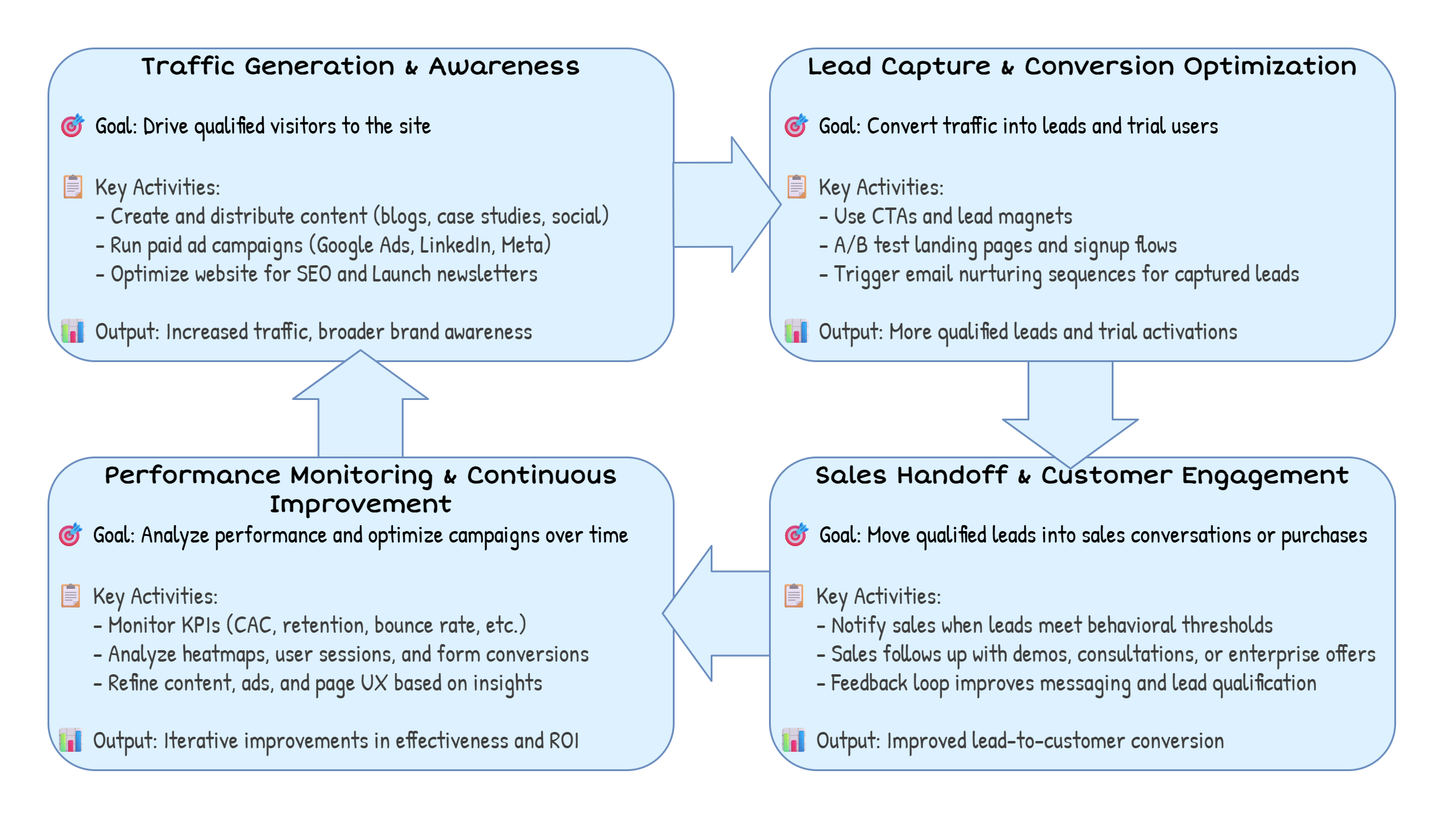
Earlier version of the draw.io export chapter-05/figure-5.4.drawio.png (software-architecture-guild/modeling-software-architecture). Source tidied: cells renumbered, new cells last; positions are measured from the earlier drawing's top-left corner, leaving out a move shared by most shapes.
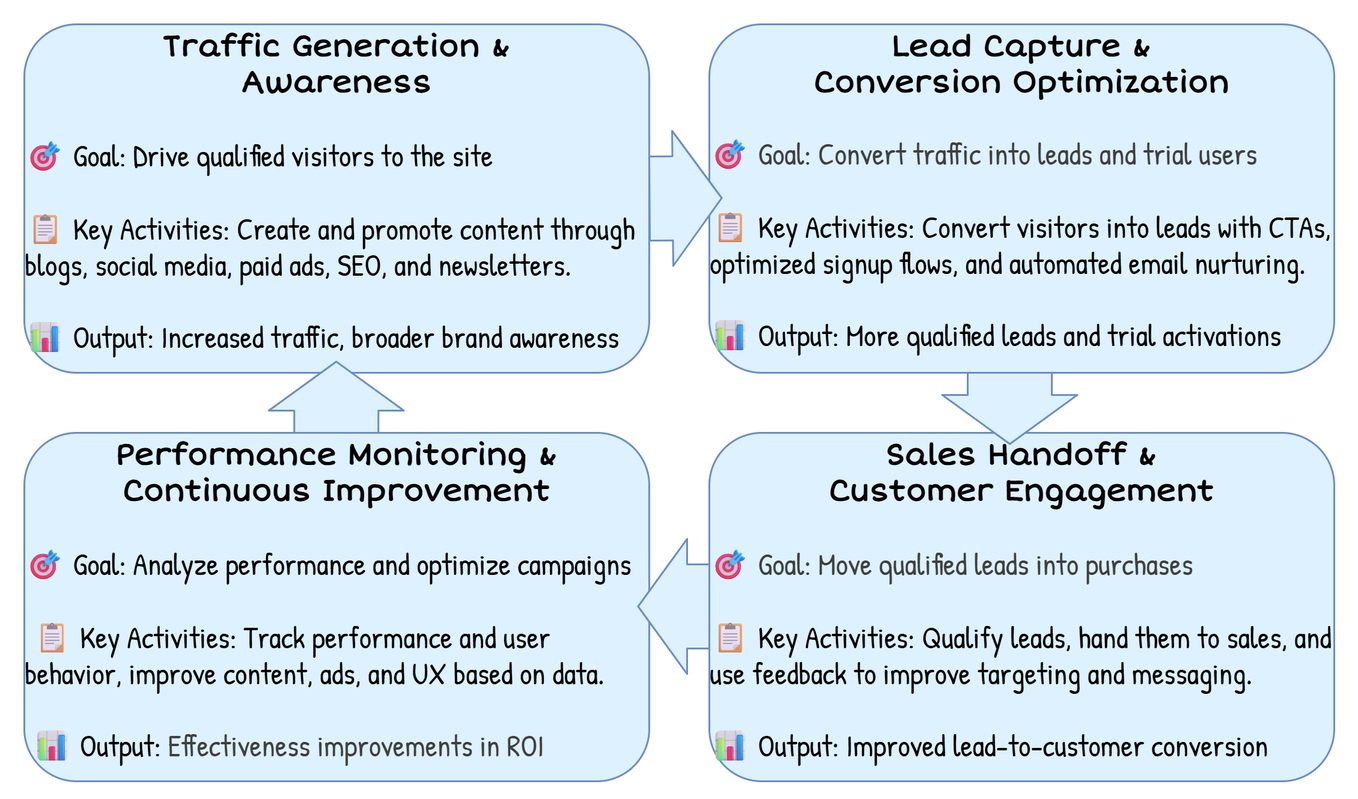
The same file after the commit.

Commit message:
chapter 5: increased text size

The edit, as a diff of the source:
```diff
@@ -3,42 +3,42 @@
     <mxCell id="0" />
     <mxCell id="1" parent="0" />
     <mxCell id="2" style="rounded=0;whiteSpace=wrap;html=1;strokeColor=none;strokeWidth=3;fontStyle=1;fillColor=default;fontColor=#494949;" parent="1" vertex="1">
-      <mxGeometry width="2400" height="1360" as="geometry" />
+      <mxGeometry y="40" width="2260" height="1330" as="geometry" />
     </mxCell>
-    <mxCell id="3" value="&lt;div&gt;&lt;b style=&quot;background-color: transparent;&quot;&gt;&lt;font style=&quot;color: rgb(0, 0, 0);&quot;&gt;Traffic Generation &amp;amp; Awareness&lt;/font&gt;&lt;/b&gt;&lt;/div&gt;&lt;div&gt;&lt;b&gt;&lt;br&gt;&lt;/b&gt;&lt;/div&gt;&lt;div&gt;&lt;div style=&quot;text-align: left;&quot;&gt;&lt;font face=&quot;Patrick Hand&quot;&gt;🎯 Goal:&amp;nbsp;&lt;/font&gt;&lt;span style=&quot;background-color: transparent; font-family: &amp;quot;Patrick Hand&amp;quot;;&quot;&gt;Drive qualified visitors to the site&lt;/span&gt;&lt;/div&gt;&lt;/div&gt;&lt;div style=&quot;text-align: left;&quot;&gt;&lt;span style=&quot;color: rgb(63, 63, 63); font-family: &amp;quot;Patrick Hand&amp;quot;; background-color: transparent;&quot;&gt;&lt;br&gt;&lt;/span&gt;&lt;/div&gt;&lt;div style=&quot;text-align: left;&quot;&gt;&lt;span style=&quot;background-color: transparent; color: rgb(63, 63, 63);&quot;&gt;&lt;font style=&quot;&quot; face=&quot;Patrick Hand&quot;&gt;&lt;div style=&quot;color: light-dark(rgb(63, 63, 63), rgb(183, 183, 183));&quot;&gt;📋 Key Activities:&lt;/div&gt;&lt;div style=&quot;color: light-dark(rgb(63, 63, 63), rgb(183, 183, 183));&quot;&gt;&lt;div&gt;&amp;nbsp; &amp;nbsp; &amp;nbsp; &amp;nbsp;- Create and distribute content (blogs, case studies, social)&amp;nbsp; &amp;nbsp; &amp;nbsp; &amp;nbsp; &amp;nbsp;&amp;nbsp;&lt;/div&gt;&lt;div&gt;&amp;nbsp; &amp;nbsp; &amp;nbsp; &amp;nbsp;- Run paid ad campaigns (Google Ads, LinkedIn, Meta)&lt;/div&gt;&lt;div&gt;&amp;nbsp; &amp;nbsp; &amp;nbsp; &amp;nbsp;- Optimize website for SEO and&amp;nbsp;&lt;span style=&quot;color: rgb(63, 63, 63); background-color: transparent;&quot;&gt;Launch newsletters&lt;/span&gt;&lt;/div&gt;&lt;/div&gt;&lt;div style=&quot;color: light-dark(rgb(63, 63, 63), rgb(183, 183, 183));&quot;&gt;&lt;br&gt;&lt;/div&gt;&lt;div style=&quot;&quot;&gt;&lt;div style=&quot;&quot;&gt;📊 Output:&amp;nbsp;&lt;span style=&quot;color: rgb(63, 63, 63); background-color: transparent;&quot;&gt;Increased traffic, broader brand awareness&lt;/span&gt;&lt;/div&gt;&lt;/div&gt;&lt;/font&gt;&lt;/span&gt;&lt;/div&gt;" style="rounded=1;whiteSpace=wrap;html=1;strokeWidth=3;fontFamily=Short Stack;fontSource=https%3A%2F%2Ffonts.googleapis.com%2Fcss%3Ffamily%3DShort%2BStack;fontSize=40;strokeColor=#6c8ebf;fillColor=#DDF1FE;verticalAlign=top;" parent="1" vertex="1">
-      <mxGeometry x="80" y="80" width="1040" height="520" as="geometry" />
+    <mxCell id="3" value="&lt;div&gt;&lt;b style=&quot;background-color: transparent;&quot;&gt;&lt;font style=&quot;font-size: 50px;&quot;&gt;Traffic Generation &amp;amp; &lt;br&gt;Awareness&lt;/font&gt;&lt;/b&gt;&lt;/div&gt;&lt;div&gt;&lt;div style=&quot;text-align: left;&quot;&gt;&lt;font style=&quot;font-size: 50px;&quot;&gt;&lt;font face=&quot;Patrick Hand&quot;&gt;&lt;br&gt;&lt;/font&gt;&lt;/font&gt;&lt;/div&gt;&lt;div style=&quot;text-align: left;&quot;&gt;&lt;font style=&quot;font-size: 50px;&quot;&gt;&lt;font face=&quot;Patrick Hand&quot;&gt;🎯 Goal:&amp;nbsp;&lt;/font&gt;&lt;span style=&quot;background-color: transparent; font-family: &amp;quot;Patrick Hand&amp;quot;;&quot;&gt;Drive qualified visitors to the site&lt;/span&gt;&lt;/font&gt;&lt;/div&gt;&lt;/div&gt;&lt;div style=&quot;text-align: left;&quot;&gt;&lt;span style=&quot;font-family: &amp;quot;Patrick Hand&amp;quot;; background-color: transparent;&quot;&gt;&lt;font style=&quot;font-size: 50px;&quot;&gt;&lt;br&gt;&lt;/font&gt;&lt;/span&gt;&lt;/div&gt;&lt;div style=&quot;&quot;&gt;&lt;span style=&quot;background-color: transparent;&quot;&gt;&lt;font face=&quot;Patrick Hand&quot; style=&quot;font-size: 50px;&quot;&gt;&lt;div style=&quot;text-align: left;&quot;&gt;📋 Key Activities:&amp;nbsp;Create and promote content through blogs, social media, paid ads, SEO, and newsletters.&lt;/div&gt;&lt;div style=&quot;text-align: left;&quot;&gt;&lt;br&gt;&lt;/div&gt;&lt;div style=&quot;&quot;&gt;&lt;div style=&quot;text-align: left;&quot;&gt;📊 Output:&amp;nbsp;&lt;span style=&quot;background-color: transparent;&quot;&gt;Increased traffic, broader brand awareness&lt;/span&gt;&lt;/div&gt;&lt;/div&gt;&lt;/font&gt;&lt;/span&gt;&lt;/div&gt;" style="rounded=1;whiteSpace=wrap;html=1;strokeWidth=3;fontFamily=Short Stack;fontSource=https%3A%2F%2Ffonts.googleapis.com%2Fcss%3Ffamily%3DShort%2BStack;fontSize=40;strokeColor=#6c8ebf;fillColor=#DDF1FE;verticalAlign=top;fontColor=#000000;" parent="1" vertex="1">
+      <mxGeometry x="40" y="80" width="1040" height="580" as="geometry" />
     </mxCell>
     <mxCell id="4" style="shape=flexArrow;endArrow=classic;html=1;fontFamily=Short Stack;fontSource=https%3A%2F%2Ffonts.googleapis.com%2Fcss%3Ffamily%3DShort%2BStack;fontSize=40;fontColor=default;fillColor=#DDF1FE;strokeColor=#6c8ebf;endWidth=81.9047619047619;endSize=26.172413793103452;width=137.93103448275863;strokeWidth=3;" parent="1" edge="1">
       <mxGeometry relative="1" as="geometry">
-        <mxPoint x="599.2" y="820" as="sourcePoint" />
-        <mxPoint x="599.2" y="580" as="targetPoint" />
+        <mxPoint x="559.2" y="880" as="sourcePoint" />
+        <mxPoint x="559.2" y="640" as="targetPoint" />
       </mxGeometry>
     </mxCell>
-    <mxCell id="5" value="&lt;div&gt;&lt;b&gt;Performance Monitoring &amp;amp; Continuous Improvement&lt;/b&gt;&lt;/div&gt;&lt;div&gt;&lt;div style=&quot;text-align: left;&quot;&gt;&lt;font face=&quot;Patrick Hand&quot;&gt;&amp;nbsp;🎯 Goal:&amp;nbsp;&lt;/font&gt;&lt;span style=&quot;background-color: transparent; text-align: center;&quot;&gt;&lt;font face=&quot;Patrick Hand&quot;&gt;Analyze performance and optimize campaigns over time&lt;/font&gt;&lt;/span&gt;&lt;/div&gt;&lt;/div&gt;&lt;div style=&quot;text-align: left;&quot;&gt;&lt;span style=&quot;color: rgb(63, 63, 63); font-family: &amp;quot;Patrick Hand&amp;quot;; background-color: transparent;&quot;&gt;&lt;br&gt;&lt;/span&gt;&lt;/div&gt;&lt;div style=&quot;text-align: left;&quot;&gt;&lt;span style=&quot;background-color: transparent; color: rgb(63, 63, 63);&quot;&gt;&lt;font style=&quot;&quot; face=&quot;Patrick Hand&quot;&gt;&lt;div style=&quot;color: light-dark(rgb(63, 63, 63), rgb(183, 183, 183));&quot;&gt;&amp;nbsp;📋 Key Activities:&lt;/div&gt;&lt;div style=&quot;color: light-dark(rgb(63, 63, 63), rgb(183, 183, 183));&quot;&gt;&amp;nbsp; &amp;nbsp; &amp;nbsp; &amp;nbsp; - Monitor KPIs (CAC, retention, bounce rate, etc.)&lt;/div&gt;&lt;div style=&quot;color: light-dark(rgb(63, 63, 63), rgb(183, 183, 183));&quot;&gt;&amp;nbsp; &amp;nbsp; &amp;nbsp; &amp;nbsp; - Analyze heatmaps, user sessions, and form conversions&lt;/div&gt;&lt;div style=&quot;color: light-dark(rgb(63, 63, 63), rgb(183, 183, 183));&quot;&gt;&amp;nbsp; &amp;nbsp; &amp;nbsp; &amp;nbsp; - Refine content, ads, and page UX based on insights&lt;/div&gt;&lt;div style=&quot;color: light-dark(rgb(63, 63, 63), rgb(183, 183, 183));&quot;&gt;&lt;br&gt;&lt;/div&gt;&lt;div style=&quot;&quot;&gt;&lt;div style=&quot;&quot;&gt;&amp;nbsp;📊 Output:&amp;nbsp;&lt;span style=&quot;color: rgb(63, 63, 63); background-color: transparent;&quot;&gt;Iterative improvements in effectiveness and ROI&lt;/span&gt;&lt;/div&gt;&lt;/div&gt;&lt;/font&gt;&lt;/span&gt;&lt;/div&gt;" style="rounded=1;whiteSpace=wrap;html=1;strokeWidth=3;fontFamily=Short Stack;fontSource=https%3A%2F%2Ffonts.googleapis.com%2Fcss%3Ffamily%3DShort%2BStack;fontSize=40;strokeColor=#6c8ebf;fillColor=#DDF1FE;verticalAlign=top;" parent="1" vertex="1">
-      <mxGeometry x="80" y="760" width="1040" height="520" as="geometry" />
+    <mxCell id="5" value="&lt;div&gt;&lt;b&gt;&lt;font style=&quot;font-size: 50px;&quot;&gt;Performance Monitoring &amp;amp; Continuous Improvement&lt;/font&gt;&lt;/b&gt;&lt;/div&gt;&lt;div&gt;&lt;div style=&quot;text-align: left;&quot;&gt;&lt;font style=&quot;font-size: 50px;&quot;&gt;&lt;font face=&quot;Patrick Hand&quot;&gt;&amp;nbsp;&lt;/font&gt;&lt;/font&gt;&lt;/div&gt;&lt;div style=&quot;text-align: left;&quot;&gt;&lt;font style=&quot;font-size: 50px;&quot;&gt;&lt;font face=&quot;Patrick Hand&quot;&gt;🎯 Goal:&amp;nbsp;&lt;/font&gt;&lt;span style=&quot;background-color: transparent;&quot;&gt;&lt;font face=&quot;Patrick Hand&quot;&gt;Analyze performance and optimize campaigns&lt;/font&gt;&lt;/span&gt;&lt;/font&gt;&lt;/div&gt;&lt;/div&gt;&lt;div style=&quot;text-align: left;&quot;&gt;&lt;span style=&quot;font-family: &amp;quot;Patrick Hand&amp;quot;; background-color: transparent;&quot;&gt;&lt;font style=&quot;font-size: 50px;&quot;&gt;&lt;br&gt;&lt;/font&gt;&lt;/span&gt;&lt;/div&gt;&lt;div style=&quot;&quot;&gt;&lt;span style=&quot;background-color: transparent;&quot;&gt;&lt;font face=&quot;Patrick Hand&quot; style=&quot;font-size: 50px;&quot;&gt;&lt;div style=&quot;text-align: left;&quot;&gt;&amp;nbsp;📋 Key Activities:&amp;nbsp;Track performance and user behavior, improve content, ads, and UX based on data.&lt;/div&gt;&lt;div style=&quot;text-align: left;&quot;&gt;&lt;br&gt;&lt;/div&gt;&lt;div style=&quot;&quot;&gt;&lt;div style=&quot;text-align: left;&quot;&gt;&amp;nbsp;📊 Output:&amp;nbsp;&lt;span style=&quot;color: rgb(63, 63, 63); background-color: transparent;&quot;&gt;Effectiveness&lt;/span&gt;&lt;span style=&quot;background-color: transparent; color: rgb(63, 63, 63);&quot;&gt;&amp;nbsp;improvements in ROI&lt;/span&gt;&lt;/div&gt;&lt;/div&gt;&lt;/font&gt;&lt;/span&gt;&lt;/div&gt;" style="rounded=1;whiteSpace=wrap;html=1;strokeWidth=3;fontFamily=Short Stack;fontSource=https%3A%2F%2Ffonts.googleapis.com%2Fcss%3Ffamily%3DShort%2BStack;fontSize=40;strokeColor=#6c8ebf;fillColor=#DDF1FE;verticalAlign=top;fontColor=#000000;" parent="1" vertex="1">
+      <mxGeometry x="40" y="760" width="1040" height="580" as="geometry" />
     </mxCell>
     <mxCell id="6" style="shape=flexArrow;endArrow=classic;html=1;fontFamily=Short Stack;fontSource=https%3A%2F%2Ffonts.googleapis.com%2Fcss%3Ffamily%3DShort%2BStack;fontSize=40;fontColor=default;fillColor=#DDF1FE;strokeColor=#6c8ebf;endWidth=81.9047619047619;endSize=26.172413793103452;width=137.93103448275863;strokeWidth=3;" parent="1" edge="1">
       <mxGeometry relative="1" as="geometry">
-        <mxPoint x="1340" y="1019.4" as="sourcePoint" />
-        <mxPoint x="1100" y="1019.4" as="targetPoint" />
+        <mxPoint x="1300" y="1049" as="sourcePoint" />
+        <mxPoint x="1060" y="1049" as="targetPoint" />
       </mxGeometry>
     </mxCell>
-    <mxCell id="7" value="&lt;div&gt;&lt;b&gt;Sales Handoff &amp;amp; Customer Engagement&lt;/b&gt;&lt;/div&gt;&lt;div&gt;&lt;b&gt;&lt;br&gt;&lt;/b&gt;&lt;/div&gt;&lt;div&gt;&lt;div style=&quot;text-align: center;&quot;&gt;&lt;font face=&quot;Patrick Hand&quot;&gt;🎯 Goal:&amp;nbsp;&lt;/font&gt;&lt;span style=&quot;background-color: transparent; text-align: center;&quot;&gt;&lt;font face=&quot;Patrick Hand&quot;&gt;Move qualified leads into sales conversations or purchases&amp;nbsp; &amp;nbsp;&lt;/font&gt;&lt;/span&gt;&lt;/div&gt;&lt;/div&gt;&lt;div style=&quot;text-align: left;&quot;&gt;&lt;span style=&quot;color: rgb(63, 63, 63); font-family: &amp;quot;Patrick Hand&amp;quot;; background-color: transparent;&quot;&gt;&lt;br&gt;&lt;/span&gt;&lt;/div&gt;&lt;div style=&quot;text-align: left;&quot;&gt;&lt;span style=&quot;background-color: transparent; color: rgb(63, 63, 63);&quot;&gt;&lt;font face=&quot;Patrick Hand&quot;&gt;&lt;div style=&quot;&quot;&gt;📋 Key Activities:&lt;/div&gt;&lt;div style=&quot;&quot;&gt;&amp;nbsp; &amp;nbsp; &amp;nbsp; &amp;nbsp;- Notify sales when leads meet behavioral thresholds&lt;/div&gt;&lt;div style=&quot;&quot;&gt;&amp;nbsp; &amp;nbsp; &amp;nbsp; &amp;nbsp;- Sales follows up with demos, consultations, or enterprise offers&amp;nbsp;&amp;nbsp;&lt;/div&gt;&lt;div style=&quot;&quot;&gt;&amp;nbsp; &amp;nbsp; &amp;nbsp; &amp;nbsp;- Feedback loop improves messaging and lead qualification&lt;/div&gt;&lt;div style=&quot;&quot;&gt;&lt;br&gt;&lt;/div&gt;&lt;div style=&quot;&quot;&gt;&lt;div&gt;📊 Output:&amp;nbsp;&lt;span style=&quot;color: rgb(63, 63, 63); background-color: transparent;&quot;&gt;Improved lead-to-customer conversion&lt;/span&gt;&lt;/div&gt;&lt;/div&gt;&lt;/font&gt;&lt;/span&gt;&lt;/div&gt;" style="rounded=1;whiteSpace=wrap;html=1;strokeWidth=3;fontFamily=Short Stack;fontSource=https%3A%2F%2Ffonts.googleapis.com%2Fcss%3Ffamily%3DShort%2BStack;fontSize=40;strokeColor=#6c8ebf;fillColor=#DDF1FE;verticalAlign=top;" parent="1" vertex="1">
-      <mxGeometry x="1280" y="760" width="1040" height="520" as="geometry" />
+    <mxCell id="7" value="&lt;div&gt;&lt;b&gt;&lt;font style=&quot;font-size: 50px;&quot;&gt;Sales Handoff &amp;amp; &lt;br&gt;Customer Engagement&lt;/font&gt;&lt;/b&gt;&lt;/div&gt;&lt;div style=&quot;text-align: left;&quot;&gt;&lt;font style=&quot;font-size: 50px;&quot;&gt;&lt;font style=&quot;color: rgb(63, 63, 63); background-color: transparent;&quot; face=&quot;Patrick Hand&quot;&gt;&lt;br&gt;&lt;/font&gt;&lt;/font&gt;&lt;/div&gt;&lt;div style=&quot;text-align: left;&quot;&gt;&lt;font style=&quot;font-size: 50px;&quot;&gt;&lt;font style=&quot;color: rgb(63, 63, 63); background-color: transparent;&quot; face=&quot;Patrick Hand&quot;&gt;🎯 Goal:&amp;nbsp;&lt;/font&gt;&lt;span style=&quot;color: rgb(63, 63, 63); background-color: transparent;&quot;&gt;&lt;font face=&quot;Patrick Hand&quot;&gt;Move qualified leads into purchases&amp;nbsp; &amp;nbsp;&lt;/font&gt;&lt;/span&gt;&lt;/font&gt;&lt;/div&gt;&lt;div style=&quot;text-align: left;&quot;&gt;&lt;span style=&quot;font-family: &amp;quot;Patrick Hand&amp;quot;; background-color: transparent;&quot;&gt;&lt;font style=&quot;font-size: 50px;&quot;&gt;&lt;br&gt;&lt;/font&gt;&lt;/span&gt;&lt;/div&gt;&lt;div style=&quot;&quot;&gt;&lt;span style=&quot;background-color: transparent;&quot;&gt;&lt;font style=&quot;font-size: 50px;&quot; face=&quot;Patrick Hand&quot;&gt;&lt;div style=&quot;text-align: left;&quot;&gt;📋 Key Activities:&amp;nbsp;Qualify leads, hand them to sales, and use feedback to improve targeting and messaging.&lt;/div&gt;&lt;div style=&quot;text-align: left;&quot;&gt;&lt;br&gt;&lt;/div&gt;&lt;div style=&quot;&quot;&gt;&lt;div style=&quot;text-align: left;&quot;&gt;📊 Output:&amp;nbsp;&lt;span style=&quot;background-color: transparent;&quot;&gt;Improved lead-to-customer conversion&lt;/span&gt;&lt;/div&gt;&lt;/div&gt;&lt;/font&gt;&lt;/span&gt;&lt;/div&gt;" style="rounded=1;whiteSpace=wrap;html=1;strokeWidth=3;fontFamily=Short Stack;fontSource=https%3A%2F%2Ffonts.googleapis.com%2Fcss%3Ffamily%3DShort%2BStack;fontSize=40;strokeColor=#6c8ebf;fillColor=#DDF1FE;verticalAlign=top;fontColor=#000000;" parent="1" vertex="1">
+      <mxGeometry x="1180" y="760" width="1040" height="580" as="geometry" />
     </mxCell>
     <mxCell id="8" style="shape=flexArrow;endArrow=classic;html=1;fontFamily=Short Stack;fontSource=https%3A%2F%2Ffonts.googleapis.com%2Fcss%3Ffamily%3DShort%2BStack;fontSize=40;fontColor=default;fillColor=#DDF1FE;strokeColor=#6c8ebf;endWidth=81.9047619047619;endSize=26.172413793103452;width=137.93103448275863;strokeWidth=3;" parent="1" edge="1">
       <mxGeometry relative="1" as="geometry">
-        <mxPoint x="1780" y="540" as="sourcePoint" />
-        <mxPoint x="1780" y="780" as="targetPoint" />
+        <mxPoint x="1680" y="540" as="sourcePoint" />
+        <mxPoint x="1680" y="780" as="targetPoint" />
       </mxGeometry>
     </mxCell>
-    <mxCell id="9" value="&lt;div&gt;&lt;b&gt;Lead Capture &amp;amp; Conversion Optimization&lt;/b&gt;&lt;/div&gt;&lt;div&gt;&lt;b&gt;&lt;br&gt;&lt;/b&gt;&lt;/div&gt;&lt;div&gt;&lt;div style=&quot;text-align: left;&quot;&gt;&lt;font face=&quot;Patrick Hand&quot;&gt;🎯 Goal:&amp;nbsp;&lt;/font&gt;&lt;span style=&quot;background-color: transparent; text-align: center;&quot;&gt;&lt;font face=&quot;Patrick Hand&quot;&gt;Convert traffic into leads and trial users&amp;nbsp; &amp;nbsp; &amp;nbsp; &amp;nbsp; &amp;nbsp; &amp;nbsp; &amp;nbsp; &amp;nbsp; &amp;nbsp; &amp;nbsp; &amp;nbsp; &amp;nbsp; &amp;nbsp; &amp;nbsp; &amp;nbsp;&amp;nbsp;&lt;/font&gt;&lt;/span&gt;&lt;/div&gt;&lt;/div&gt;&lt;div style=&quot;text-align: left;&quot;&gt;&lt;span style=&quot;color: rgb(63, 63, 63); font-family: &amp;quot;Patrick Hand&amp;quot;; background-color: transparent;&quot;&gt;&lt;br&gt;&lt;/span&gt;&lt;/div&gt;&lt;div style=&quot;text-align: left;&quot;&gt;&lt;span style=&quot;background-color: transparent; color: rgb(63, 63, 63);&quot;&gt;&lt;font face=&quot;Patrick Hand&quot;&gt;&lt;div style=&quot;&quot;&gt;📋 Key Activities:&lt;/div&gt;&lt;div style=&quot;&quot;&gt;&amp;nbsp; &amp;nbsp; &amp;nbsp; &amp;nbsp;- Use CTAs and lead magnets&lt;/div&gt;&lt;div style=&quot;&quot;&gt;&amp;nbsp; &amp;nbsp; &amp;nbsp; &amp;nbsp;- A/B test landing pages and signup flows&lt;/div&gt;&lt;div style=&quot;&quot;&gt;&amp;nbsp; &amp;nbsp; &amp;nbsp; &amp;nbsp;- Trigger email nurturing sequences for captured leads&lt;/div&gt;&lt;div style=&quot;&quot;&gt;&lt;br&gt;&lt;/div&gt;&lt;div style=&quot;&quot;&gt;&lt;div&gt;📊 Output:&amp;nbsp;&lt;span style=&quot;color: rgb(63, 63, 63); background-color: transparent;&quot;&gt;More qualified leads and trial activations&lt;/span&gt;&lt;/div&gt;&lt;/div&gt;&lt;/font&gt;&lt;/span&gt;&lt;/div&gt;" style="rounded=1;whiteSpace=wrap;html=1;strokeWidth=3;fontFamily=Short Stack;fontSource=https%3A%2F%2Ffonts.googleapis.com%2Fcss%3Ffamily%3DShort%2BStack;fontSize=40;strokeColor=#6c8ebf;fillColor=#DDF1FE;verticalAlign=top;" parent="1" vertex="1">
-      <mxGeometry x="1280" y="80" width="1040" height="520" as="geometry" />
+    <mxCell id="9" value="&lt;div&gt;&lt;b&gt;&lt;font style=&quot;font-size: 50px;&quot;&gt;Lead Capture &amp;amp; &lt;br&gt;Conversion Optimization&lt;/font&gt;&lt;/b&gt;&lt;/div&gt;&lt;div&gt;&lt;font style=&quot;&quot;&gt;&lt;font style=&quot;color: rgb(63, 63, 63); background-color: transparent;&quot; face=&quot;Patrick Hand&quot;&gt;&lt;font style=&quot;font-size: 49px;&quot;&gt;&amp;nbsp;&lt;/font&gt;&lt;br&gt;&lt;div style=&quot;text-align: left;&quot;&gt;&lt;font style=&quot;background-color: transparent; color: rgb(63, 63, 63);&quot; face=&quot;Patrick Hand&quot;&gt;&lt;span style=&quot;font-size: 50px;&quot;&gt;🎯 Goal:&amp;nbsp;&lt;/span&gt;&lt;/font&gt;&lt;span style=&quot;background-color: transparent; font-family: &amp;quot;Short Stack&amp;quot;; font-size: 50px; color: rgb(63, 63, 63);&quot;&gt;&lt;font face=&quot;Patrick Hand&quot;&gt;Convert traffic into leads and trial users&amp;nbsp; &amp;nbsp; &amp;nbsp; &amp;nbsp; &amp;nbsp; &amp;nbsp;&lt;/font&gt;&lt;/span&gt;&lt;/div&gt;&lt;/font&gt;&lt;/font&gt;&lt;/div&gt;&lt;div style=&quot;text-align: left;&quot;&gt;&lt;span style=&quot;font-family: &amp;quot;Patrick Hand&amp;quot;; background-color: transparent;&quot;&gt;&lt;font style=&quot;font-size: 50px;&quot;&gt;&lt;br&gt;&lt;/font&gt;&lt;/span&gt;&lt;/div&gt;&lt;div style=&quot;&quot;&gt;&lt;span style=&quot;background-color: transparent;&quot;&gt;&lt;font style=&quot;font-size: 50px;&quot; face=&quot;Patrick Hand&quot;&gt;&lt;div style=&quot;text-align: left;&quot;&gt;📋 Key Activities:&amp;nbsp;Convert visitors into leads with CTAs, optimized signup flows, and automated email nurturing.&lt;/div&gt;&lt;div style=&quot;text-align: left;&quot;&gt;&lt;br&gt;&lt;/div&gt;&lt;div style=&quot;&quot;&gt;&lt;div style=&quot;text-align: left;&quot;&gt;📊 Output:&amp;nbsp;&lt;span style=&quot;background-color: transparent;&quot;&gt;More qualified leads and trial activations&lt;/span&gt;&lt;/div&gt;&lt;/div&gt;&lt;/font&gt;&lt;/span&gt;&lt;/div&gt;" style="rounded=1;whiteSpace=wrap;html=1;strokeWidth=3;fontFamily=Short Stack;fontSource=https%3A%2F%2Ffonts.googleapis.com%2Fcss%3Ffamily%3DShort%2BStack;fontSize=40;strokeColor=#6c8ebf;fillColor=#DDF1FE;verticalAlign=top;fontColor=#000000;" parent="1" vertex="1">
+      <mxGeometry x="1180" y="80" width="1040" height="580" as="geometry" />
     </mxCell>
     <mxCell id="10" style="shape=flexArrow;endArrow=classic;html=1;fontFamily=Short Stack;fontSource=https%3A%2F%2Ffonts.googleapis.com%2Fcss%3Ffamily%3DShort%2BStack;fontSize=40;fontColor=default;fillColor=#DDF1FE;strokeColor=#6c8ebf;endWidth=81.9047619047619;endSize=26.172413793103452;width=137.93103448275863;strokeWidth=3;" parent="1" edge="1">
       <mxGeometry relative="1" as="geometry">
-        <mxPoint x="1118" y="340" as="sourcePoint" />
-        <mxPoint x="1300" y="339.4" as="targetPoint" />
+        <mxPoint x="1079" y="370" as="sourcePoint" />
+        <mxPoint x="1202" y="369" as="targetPoint" />
       </mxGeometry>
     </mxCell>
   </root>
```
